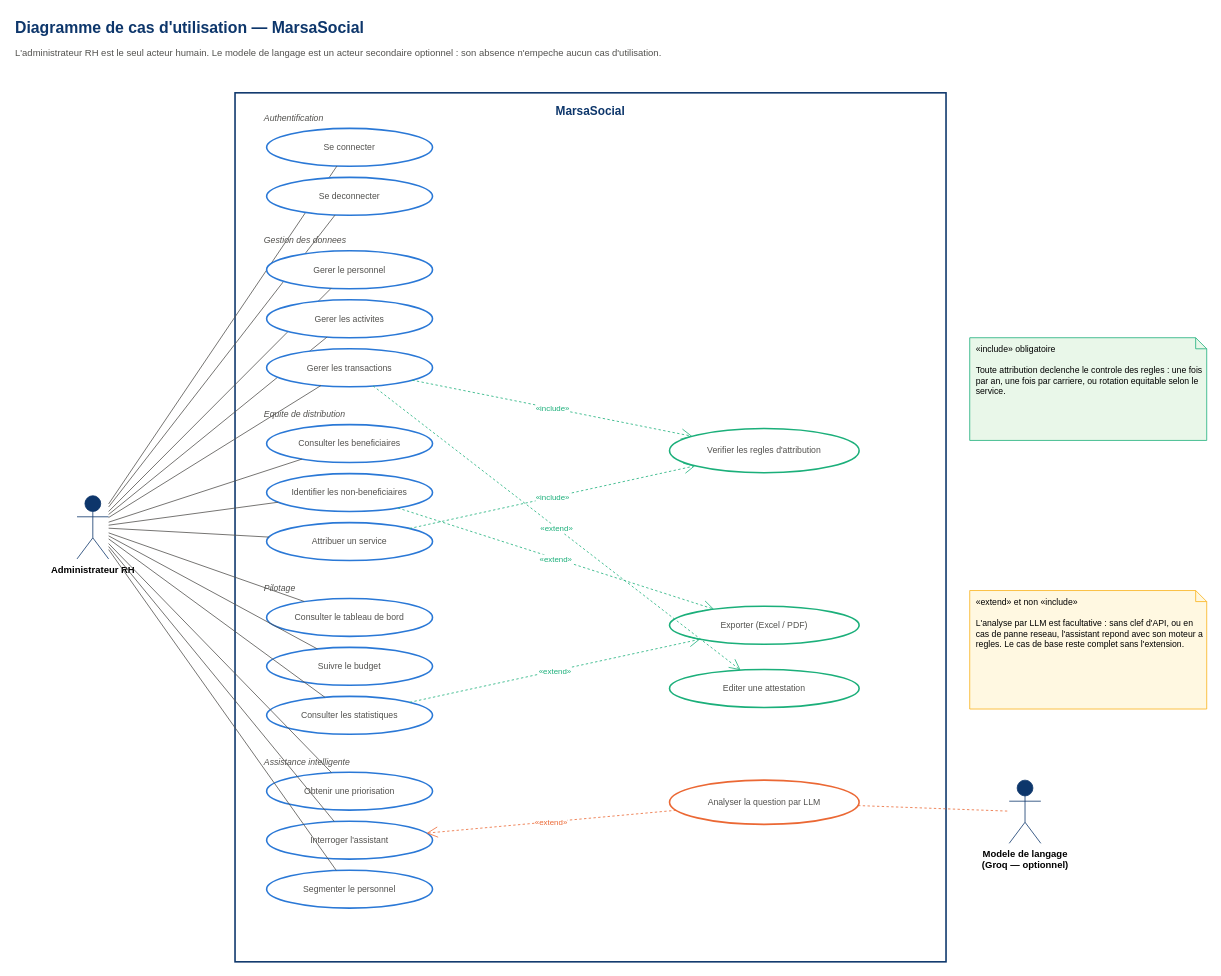
Above: conception/diagramme_cas_utilisation.drawio in Salah-Haitam/gestion_act_sociaux (draw.io), before the change. Source tidied: cells renumbered, new cells numbered last; positions are measured from the earlier drawing's top-left corner, leaving out a move shared by most shapes. Both pictures are drawn from the tidied source at 79%, with x=0, y=0 at pixel (13, 13).
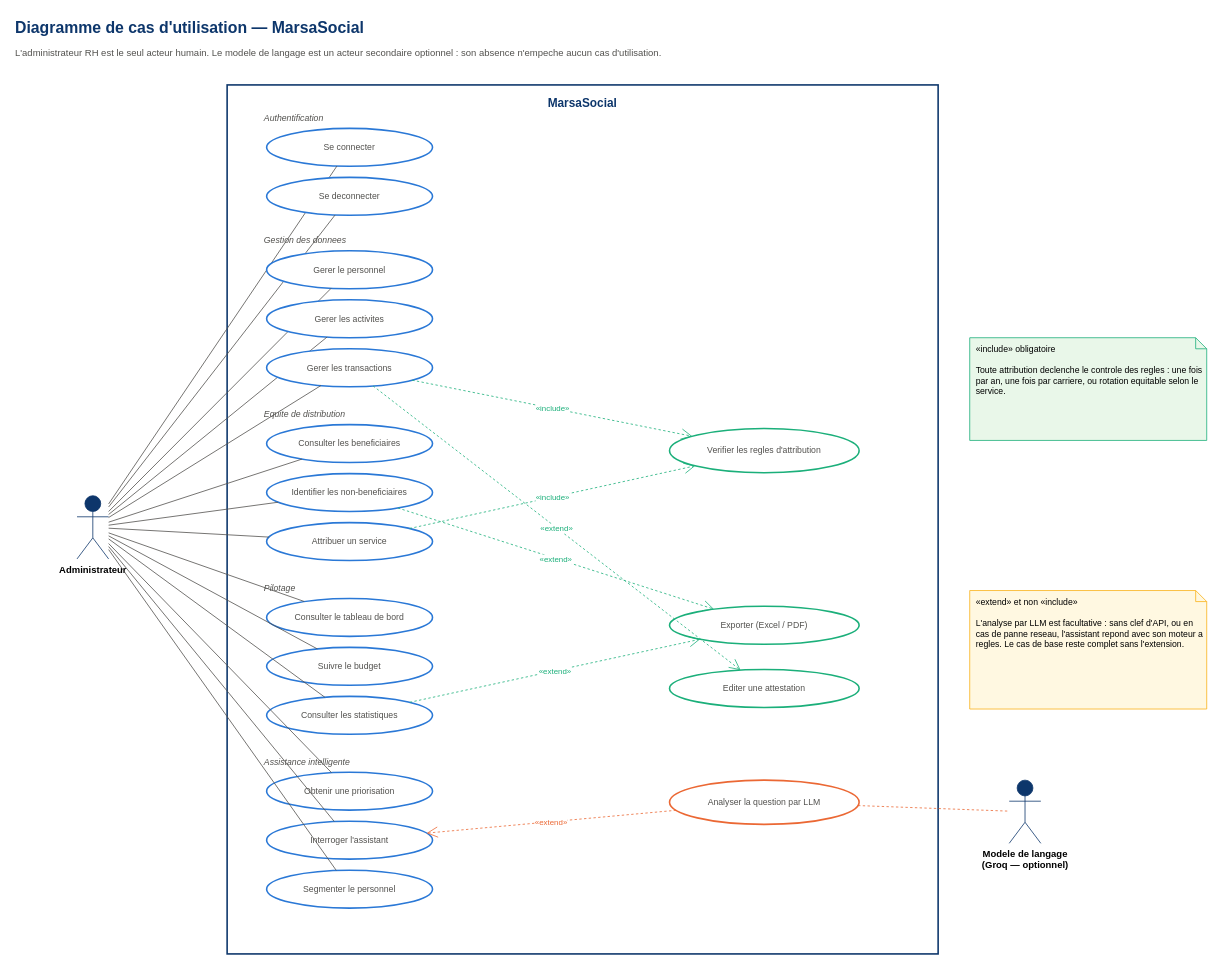
The same diagram, later.

The edit, as a diff of the source:
```diff
@@
     <mxCell id="4" value="MarsaSocial" style="rounded=0;whiteSpace=wrap;html=1;fillColor=none;strokeColor=#0d366b;strokeWidth=2;verticalAlign=top;fontSize=15;fontStyle=1;fontColor=#0d366b;spacingTop=8;dashed=0;" parent="1" vertex="1">
-      <mxGeometry x="280" y="100" width="900" height="1100" as="geometry" />
+      <mxGeometry x="270" y="90" width="900" height="1100" as="geometry" />
     </mxCell>
-    <mxCell id="5" value="Administrateur RH" style="shape=umlActor;verticalLabelPosition=bottom;html=1;verticalAlign=top;outlineConnect=0;fillColor=#0d366b;strokeColor=#0d366b;fontSize=12;fontStyle=1;" parent="1" vertex="1">
+    <mxCell id="5" value="Administrateur" style="shape=umlActor;verticalLabelPosition=bottom;html=1;verticalAlign=top;outlineConnect=0;fillColor=#0d366b;strokeColor=#0d366b;fontSize=12;fontStyle=1;" parent="1" vertex="1">
       <mxGeometry x="80" y="610" width="40" height="80" as="geometry" />
     </mxCell>
```
